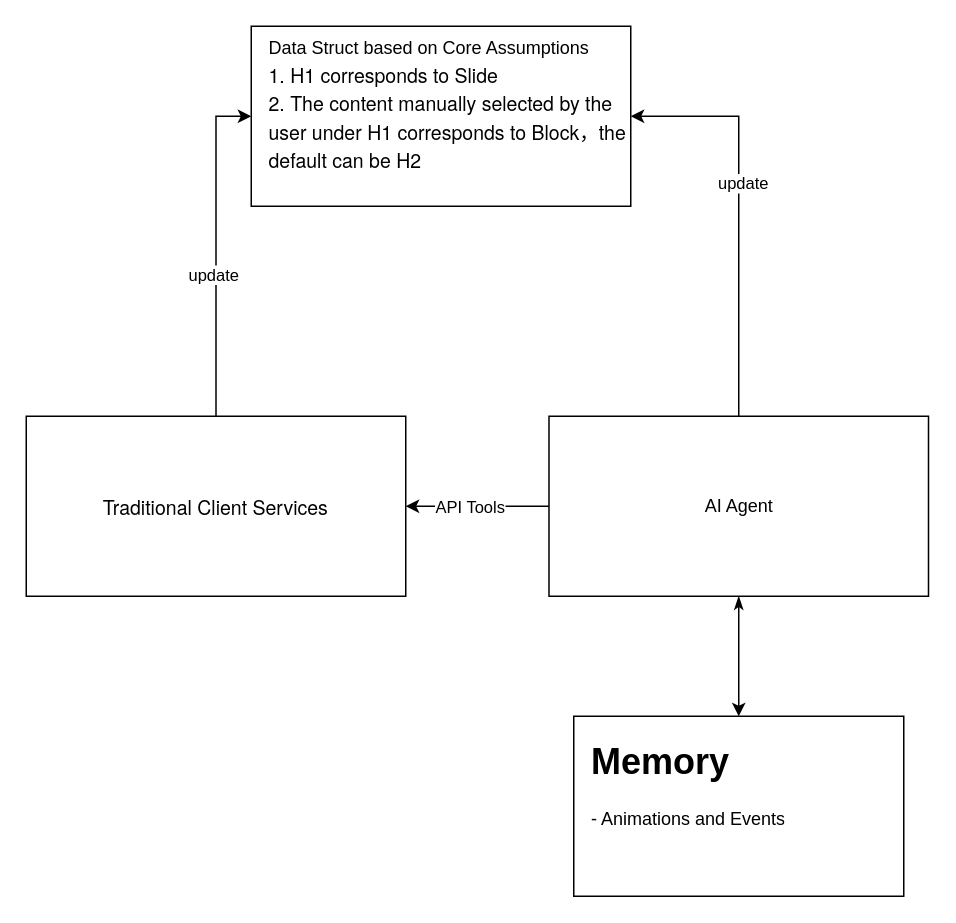
Above: page "architecture" (2 of 3) of 未命名绘图.drawio in quboqin/drawio (draw.io), before the change. Source tidied: cells renumbered, new cells numbered last; positions are measured from the earlier drawing's top-left corner, leaving out a move shared by most shapes. Both pictures are drawn from the tidied source at 150%, with x=0, y=0 at pixel (26, 26).
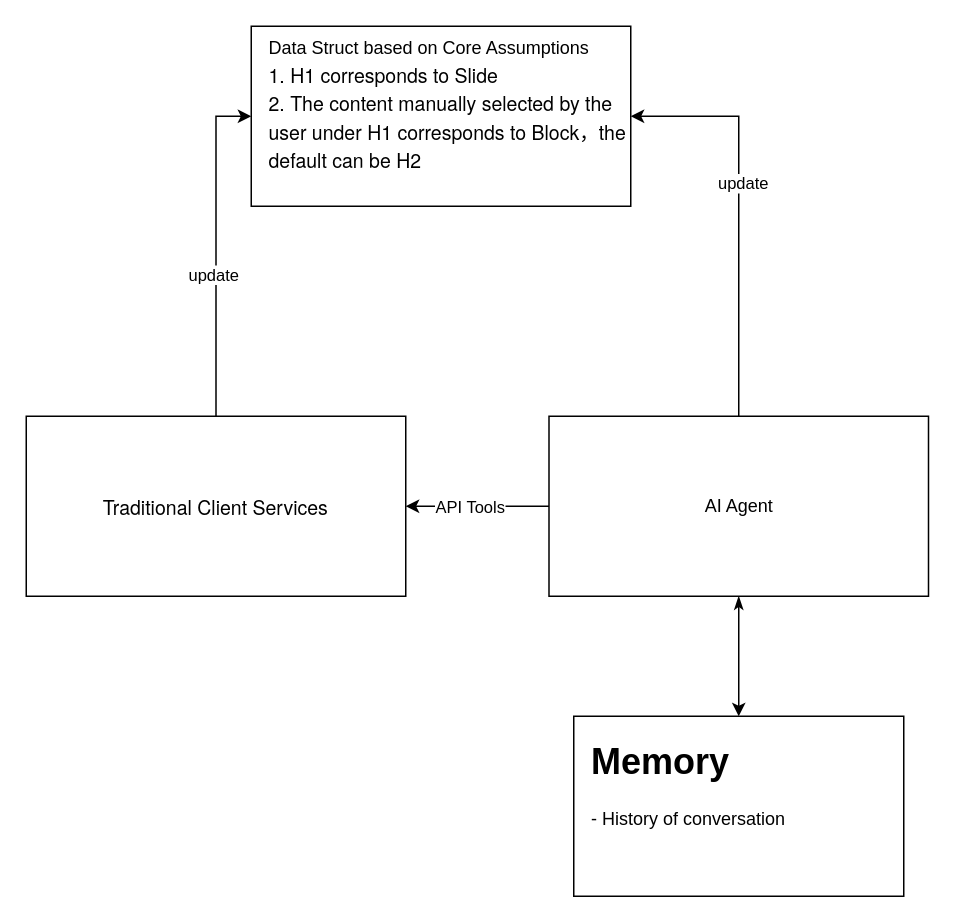
The same page after the edit.

Commit message:
更新未命名绘图.drawio

Change to the diagram source:
```diff
@@
 <mxGraphModel>
   <root>
     <mxCell id="0" />
     <mxCell id="1" parent="0" />
     <mxCell id="2" value="Data Struct based on Core Assumptions&lt;br&gt;&lt;div&gt;&lt;p style=&quot;margin: 0px; font-variant-numeric: normal; font-variant-east-asian: normal; font-variant-alternates: normal; font-size-adjust: none; font-kerning: auto; font-optical-sizing: auto; font-feature-settings: normal; font-variation-settings: normal; font-variant-position: normal; font-variant-emoji: normal; font-stretch: normal; font-size: 13px; line-height: normal; font-family: &amp;quot;Helvetica Neue&amp;quot;;&quot; class=&quot;p1&quot;&gt;1. H1 corresponds to Slide&lt;/p&gt;&lt;p style=&quot;margin: 0px; font-variant-numeric: normal; font-variant-east-asian: normal; font-variant-alternates: normal; font-size-adjust: none; font-kerning: auto; font-optical-sizing: auto; font-feature-settings: normal; font-variation-settings: normal; font-variant-position: normal; font-variant-emoji: normal; font-stretch: normal; font-size: 13px; line-height: normal; font-family: &amp;quot;Helvetica Neue&amp;quot;;&quot; class=&quot;p1&quot;&gt;2. The content manually selected by the user under H1 corresponds to Block&lt;span style=&quot;font-variant-numeric: normal; font-variant-east-asian: normal; font-variant-alternates: normal; font-size-adjust: none; font-kerning: auto; font-optical-sizing: auto; font-feature-settings: normal; font-variation-settings: normal; font-variant-position: normal; font-variant-emoji: normal; font-stretch: normal; line-height: normal; font-family: &amp;quot;PingFang SC&amp;quot;;&quot; class=&quot;s1&quot;&gt;，&lt;/span&gt;the default can be H2&lt;/p&gt;&lt;/div&gt;&lt;div&gt;&lt;br&gt;&lt;/div&gt;" style="rounded=0;whiteSpace=wrap;html=1;align=left;spacingLeft=10;" parent="1" vertex="1">
       <mxGeometry x="150" width="253" height="120" as="geometry" />
     </mxCell>
     <mxCell id="3" style="edgeStyle=orthogonalEdgeStyle;rounded=0;jettySize=auto;html=1;entryX=0;entryY=0.5;entryDx=0;entryDy=0;" parent="1" edge="1" source="5" target="2">
       <mxGeometry relative="1" as="geometry" />
     </mxCell>
     <mxCell id="4" value="update" style="edgeLabel;html=1;align=center;verticalAlign=middle;" parent="3" vertex="1">
       <mxGeometry x="-0.15" y="2" relative="1" as="geometry" />
     </mxCell>
     <mxCell id="5" value="&lt;p style=&quot;margin: 0px; font-variant-numeric: normal; font-variant-east-asian: normal; font-variant-alternates: normal; font-size-adjust: none; font-kerning: auto; font-optical-sizing: auto; font-feature-settings: normal; font-variation-settings: normal; font-variant-position: normal; font-variant-emoji: normal; font-stretch: normal; font-size: 13px; line-height: normal; font-family: &amp;quot;Helvetica Neue&amp;quot;; text-align: start;&quot; class=&quot;p1&quot;&gt;Traditional Client Services&lt;/p&gt;" style="rounded=0;whiteSpace=wrap;html=1;align=center;" parent="1" vertex="1">
       <mxGeometry y="260" width="253" height="120" as="geometry" />
     </mxCell>
     <mxCell id="6" style="edgeStyle=orthogonalEdgeStyle;rounded=0;jettySize=auto;html=1;entryX=1;entryY=0.5;entryDx=0;entryDy=0;" parent="1" edge="1" source="11" target="5">
       <mxGeometry relative="1" as="geometry" />
     </mxCell>
     <mxCell id="7" value="API Tools" style="edgeLabel;html=1;align=center;verticalAlign=middle;" parent="6" vertex="1">
       <mxGeometry x="0.11" relative="1" as="geometry" />
     </mxCell>
     <mxCell id="8" style="edgeStyle=orthogonalEdgeStyle;rounded=0;jettySize=auto;html=1;entryX=1;entryY=0.5;entryDx=0;entryDy=0;" parent="1" edge="1" source="11" target="2">
       <mxGeometry relative="1" as="geometry" />
     </mxCell>
     <mxCell id="9" value="update" style="edgeLabel;html=1;align=center;verticalAlign=middle;" parent="8" vertex="1">
       <mxGeometry x="0.15" y="-2" relative="1" as="geometry" />
     </mxCell>
     <mxCell id="10" style="edgeStyle=orthogonalEdgeStyle;rounded=0;jettySize=auto;html=1;entryX=0.5;entryY=0;entryDx=0;entryDy=0;startArrow=classicThin;startFill=1;" parent="1" edge="1" source="11" target="12">
       <mxGeometry relative="1" as="geometry" />
     </mxCell>
     <mxCell id="11" value="AI Agent" style="rounded=0;whiteSpace=wrap;html=1;align=center;" parent="1" vertex="1">
       <mxGeometry x="348.5" y="260" width="253" height="120" as="geometry" />
     </mxCell>
     <mxCell id="12" style="rounded=0;whiteSpace=wrap;html=1;" parent="1" vertex="1">
       <mxGeometry x="365" y="460" width="220" height="120" as="geometry" />
     </mxCell>
-    <mxCell id="13" value="&lt;h1 style=&quot;margin-top: 0px;&quot;&gt;Memory&lt;/h1&gt;&lt;p&gt;- Animations and Events&lt;/p&gt;" style="text;html=1;whiteSpace=wrap;overflow=hidden;rounded=0;" parent="1" vertex="1">
+    <mxCell id="13" value="&lt;h1 style=&quot;margin-top: 0px;&quot;&gt;Memory&lt;/h1&gt;&lt;p&gt;- History of conversation&lt;/p&gt;" style="text;html=1;whiteSpace=wrap;overflow=hidden;rounded=0;" parent="1" vertex="1">
       <mxGeometry x="375" y="470" width="180" height="90" as="geometry" />
     </mxCell>
   </root>
 </mxGraphModel>
```
